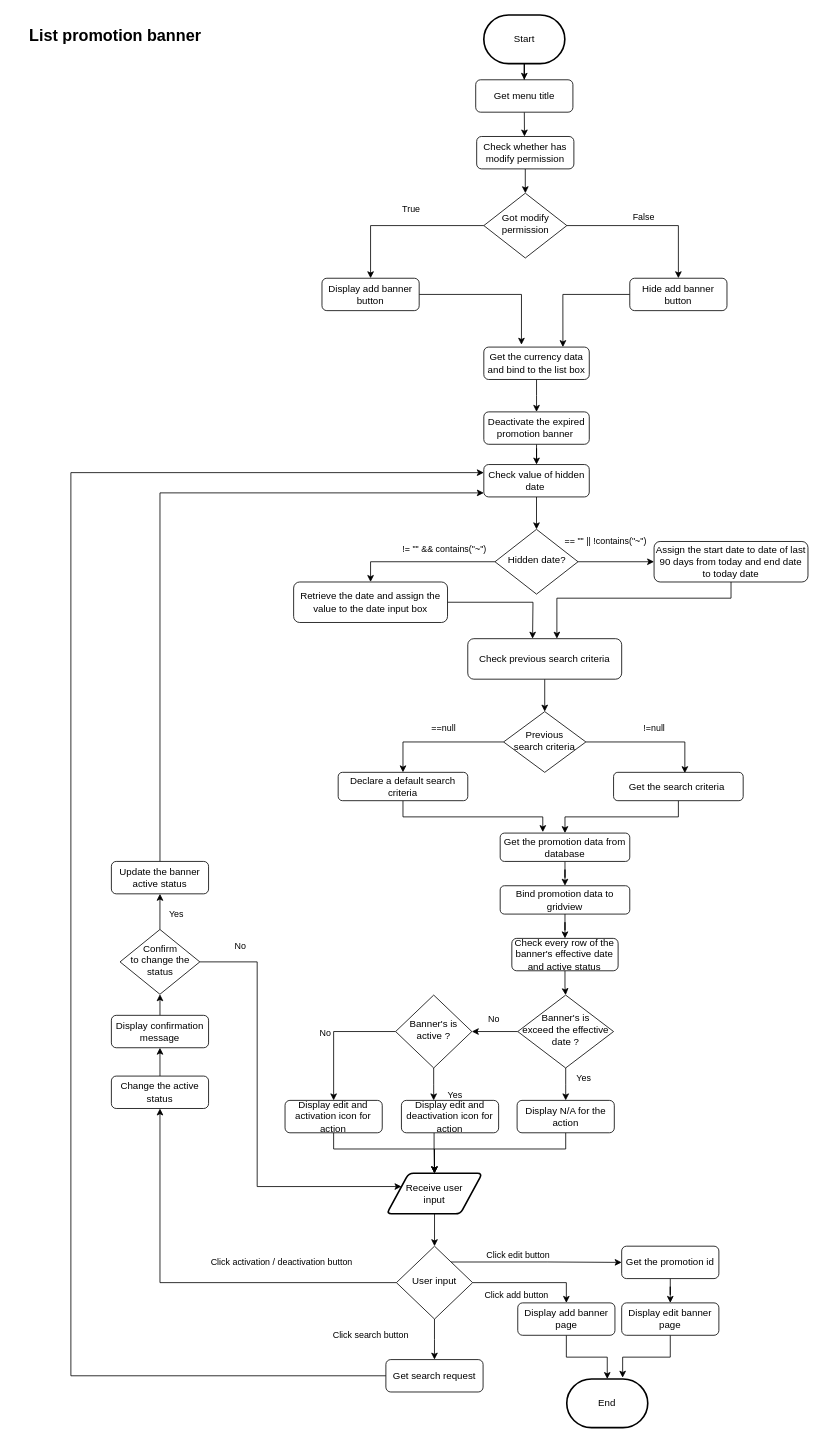
The draw.io diagram page "[Improvise] List promotion banner" (3 of 4) of BannerPromotion/Untitled Diagram.drawio in shawn814/Affiliate, before the edit. Source tidied: cells renumbered, new cells numbered last; positions are measured from the earlier drawing's top-left corner, leaving out a move shared by most shapes. Both pictures are drawn from the tidied source at 81%, with x=0, y=0 at pixel (14, 15).
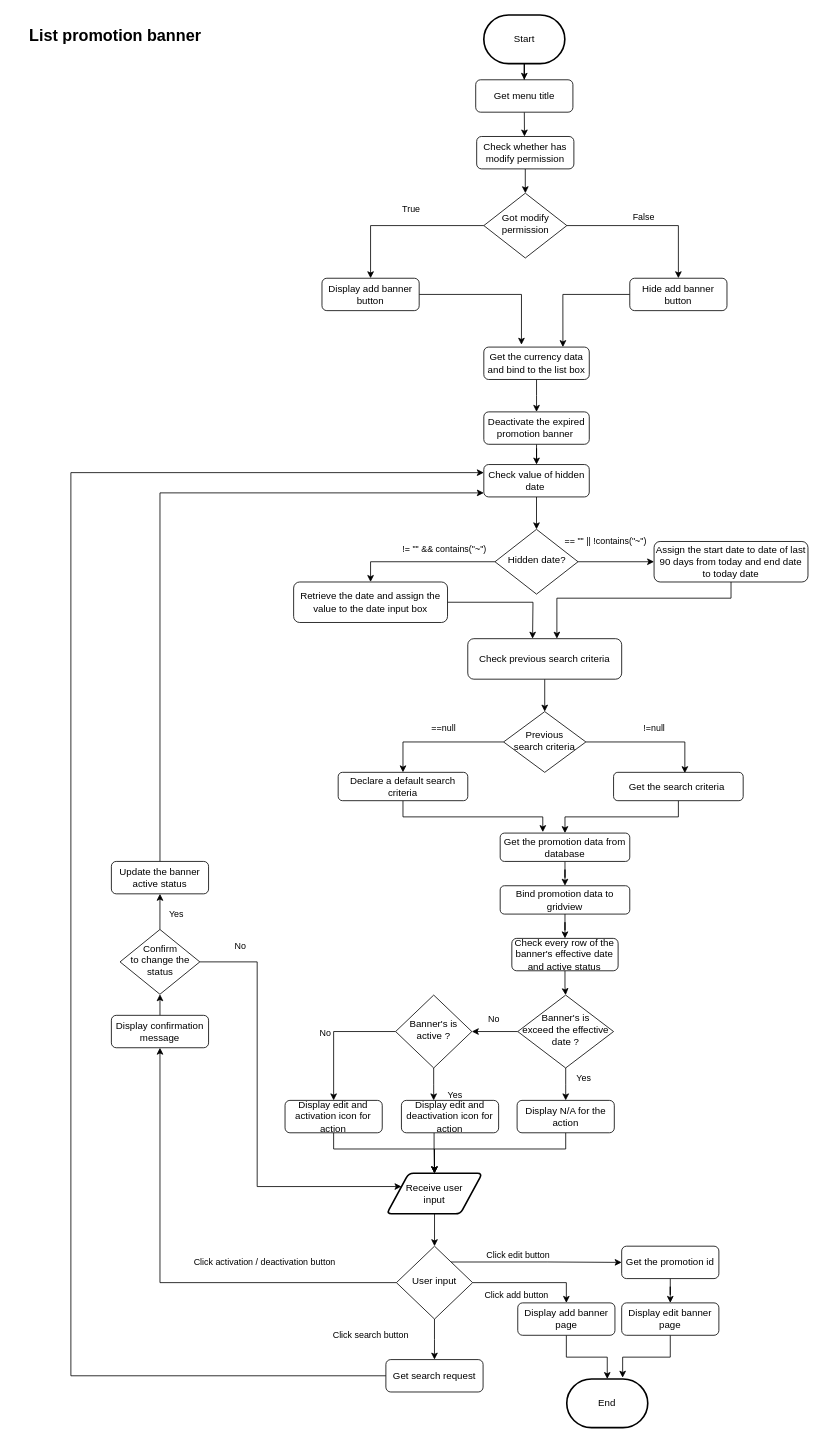
The same page after the edit.

The change refers to these unchanged cells:
```xml
<mxCell id="64" value="Display confirmation message" style="rounded=1;whiteSpace=wrap;html=1;fontSize=12;glass=0;strokeWidth=1;shadow=0;" parent="1" vertex="1">
  <mxGeometry x="120" y="1235" width="120" height="40" as="geometry" />
</mxCell>
<mxCell id="81" value="User input" style="rhombus;whiteSpace=wrap;html=1;shadow=0;fontFamily=Helvetica;fontSize=12;align=center;strokeWidth=1;spacing=6;spacingTop=-4;" parent="1" vertex="1">
  <mxGeometry x="471.9" y="1520" width="94.1" height="90" as="geometry" />
</mxCell>
```

Change to the diagram source:
```diff
@@
-    <mxCell id="41" value="&lt;span style=&quot;color: rgb(0 , 0 , 0) ; font-family: &amp;#34;helvetica&amp;#34; ; font-size: 11px ; font-style: normal ; font-weight: 400 ; letter-spacing: normal ; text-align: center ; text-indent: 0px ; text-transform: none ; word-spacing: 0px ; background-color: rgb(255 , 255 , 255) ; display: inline ; float: none&quot;&gt;Click activation / deactivation button&lt;/span&gt;" style="edgeStyle=orthogonalEdgeStyle;rounded=0;jettySize=auto;html=1;entryX=0.5;entryY=1;entryDx=0;entryDy=0;" parent="1" edge="1" source="81" target="66">
+    <mxCell id="41" value="&lt;span style=&quot;color: rgb(0 , 0 , 0) ; font-family: &amp;#34;helvetica&amp;#34; ; font-size: 11px ; font-style: normal ; font-weight: 400 ; letter-spacing: normal ; text-align: center ; text-indent: 0px ; text-transform: none ; word-spacing: 0px ; background-color: rgb(255 , 255 , 255) ; display: inline ; float: none&quot;&gt;Click activation / deactivation button&lt;/span&gt;" style="edgeStyle=orthogonalEdgeStyle;rounded=0;jettySize=auto;html=1;entryX=0.5;entryY=1;entryDx=0;entryDy=0;" parent="1" edge="1" source="81" target="64">
       <mxGeometry x="-0.44" y="-25" relative="1" as="geometry" />
     </mxCell>
@@
-    <mxCell id="65" style="edgeStyle=orthogonalEdgeStyle;rounded=0;jettySize=auto;html=1;exitX=0.5;exitY=0;exitDx=0;exitDy=0;entryX=0.5;entryY=1;entryDx=0;entryDy=0;" parent="1" edge="1" source="66" target="64">
-      <mxGeometry relative="1" as="geometry" />
-    </mxCell>
-    <mxCell id="66" value="Change the active status" style="rounded=1;whiteSpace=wrap;html=1;fontSize=12;glass=0;strokeWidth=1;shadow=0;" parent="1" vertex="1">
-      <mxGeometry x="120" y="1310" width="120" height="40" as="geometry" />
-    </mxCell>
```
